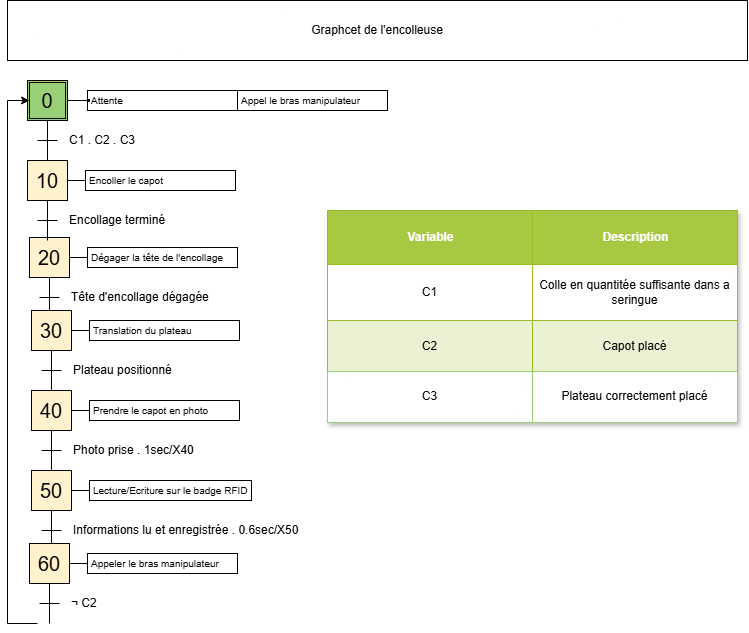
Before: PDCA5 (AUTOMATISATION-ERGONOMIE)/GRAFCET/GrafcetEncolleuse.drawio.png, a diagram exported from draw.io (CharifMah/Systemes_automatises). Source tidied: cells renumbered, new cells last; positions are measured from the earlier drawing's top-left corner, leaving out a move shared by most shapes. The source it was exported from:
```xml
<mxGraphModel>
  <root>
    <mxCell id="0" />
    <mxCell id="1" parent="0" />
    <mxCell id="2" style="group;" parent="1" vertex="1">
      <mxGeometry x="22" y="237" width="210" height="80" as="geometry" />
    </mxCell>
    <mxCell id="3" value="20" style="rounded=0;whiteSpace=wrap;html=1;fontSize=20;align=center;fillColor=#fff2cc;startSize=20;strokeColor=#000000;" parent="2" vertex="1">
      <mxGeometry width="40" height="40" as="geometry" />
    </mxCell>
    <mxCell id="4" style="endArrow=none;html=1;fontSize=12;rounded=0;" parent="2" edge="1">
      <mxGeometry as="geometry">
        <mxPoint x="10" y="60" as="sourcePoint" />
        <mxPoint x="30" y="60" as="targetPoint" />
      </mxGeometry>
    </mxCell>
    <mxCell id="5" value="Tête d'encollage dégagée" style="text;html=1;strokeColor=none;fillColor=none;align=left;verticalAlign=middle;rounded=0;fontSize=12;startSize=20;" parent="2" vertex="1">
      <mxGeometry x="40" y="50" width="40" height="20" as="geometry" />
    </mxCell>
    <mxCell id="6" style="edgeStyle=none;rounded=0;jettySize=auto;html=1;exitX=0.5;exitY=1;exitDx=0;exitDy=0;endArrow=none;endFill=0;fontSize=12;" parent="2" edge="1" source="3">
      <mxGeometry as="geometry">
        <mxPoint x="20" y="80" as="targetPoint" />
      </mxGeometry>
    </mxCell>
    <mxCell id="7" style="edgeStyle=none;rounded=0;jettySize=auto;html=1;exitX=1;exitY=0.5;exitDx=0;exitDy=0;fontSize=12;endArrow=none;endFill=0;entryX=0;entryY=0.5;entryDx=0;entryDy=0;" parent="2" edge="1" source="3">
      <mxGeometry as="geometry">
        <mxPoint x="58" y="20" as="targetPoint" />
      </mxGeometry>
    </mxCell>
    <mxCell id="8" value="Dégager la tête de l'encollage" style="text;html=1;fillColor=none;align=left;verticalAlign=middle;spacingLeft=4;spacingRight=4;whiteSpace=wrap;overflow=hidden;fontSize=10;spacing=0;strokeColor=#000000;" parent="2" vertex="1">
      <mxGeometry x="58" y="10" width="150" height="20" as="geometry" />
    </mxCell>
    <mxCell id="9" style="group;" parent="1" vertex="1">
      <mxGeometry x="20" y="160" width="208" height="80" as="geometry" />
    </mxCell>
    <mxCell id="10" value="10" style="rounded=0;whiteSpace=wrap;html=1;fontSize=20;align=center;fillColor=#fff2cc;startSize=20;strokeColor=#000000;" parent="9" vertex="1">
      <mxGeometry width="40" height="40" as="geometry" />
    </mxCell>
    <mxCell id="11" style="endArrow=none;html=1;fontSize=12;rounded=0;" parent="9" edge="1">
      <mxGeometry x="252" y="310" as="geometry">
        <mxPoint x="10" y="60" as="sourcePoint" />
        <mxPoint x="30" y="60" as="targetPoint" />
      </mxGeometry>
    </mxCell>
    <mxCell id="12" value="Encollage terminé" style="text;html=1;strokeColor=none;fillColor=none;align=left;verticalAlign=middle;rounded=0;fontSize=12;startSize=20;" parent="9" vertex="1">
      <mxGeometry x="40" y="50" width="80" height="20" as="geometry" />
    </mxCell>
    <mxCell id="13" style="edgeStyle=none;rounded=0;jettySize=auto;html=1;exitX=0.5;exitY=1;exitDx=0;exitDy=0;endArrow=none;endFill=0;fontSize=12;" parent="9" edge="1" source="10">
      <mxGeometry x="252" y="310" as="geometry">
        <mxPoint x="20" y="80" as="targetPoint" />
      </mxGeometry>
    </mxCell>
    <mxCell id="14" style="edgeStyle=none;rounded=0;jettySize=auto;html=1;exitX=1;exitY=0.5;exitDx=0;exitDy=0;fontSize=12;endArrow=none;endFill=0;entryX=0;entryY=0.5;entryDx=0;entryDy=0;" parent="9" edge="1" source="10">
      <mxGeometry x="252" y="310" as="geometry">
        <mxPoint x="58" y="20" as="targetPoint" />
      </mxGeometry>
    </mxCell>
    <mxCell id="15" value="Encoller le capot" style="text;html=1;fillColor=none;align=left;verticalAlign=middle;spacingLeft=4;spacingRight=4;whiteSpace=wrap;overflow=hidden;fontSize=10;spacing=0;strokeColor=#000000;" parent="9" vertex="1">
      <mxGeometry x="58" y="10" width="150" height="20" as="geometry" />
    </mxCell>
    <mxCell id="16" style="group;" parent="1" vertex="1">
      <mxGeometry x="70" y="90" width="364" height="80" as="geometry" />
    </mxCell>
    <mxCell id="17" style="group;" parent="16" vertex="1">
      <mxGeometry x="-50" y="-10" width="212" height="80" as="geometry" />
    </mxCell>
    <mxCell id="18" style="rounded=0;whiteSpace=wrap;html=1;fontSize=20;align=center;fillColor=#97D077;" parent="17" vertex="1">
      <mxGeometry width="40" height="40" as="geometry" />
    </mxCell>
    <mxCell id="19" value="0" style="rounded=0;whiteSpace=wrap;html=1;fontSize=20;align=center;gradientColor=#97d077;fillColor=none;imageWidth=20;imageHeight=20;" parent="17" vertex="1">
      <mxGeometry x="2" y="2" width="36" height="36" as="geometry" />
    </mxCell>
    <mxCell id="20" style="endArrow=none;html=1;fontSize=12;rounded=0;" parent="17" edge="1">
      <mxGeometry as="geometry">
        <mxPoint x="10" y="60" as="sourcePoint" />
        <mxPoint x="30" y="60" as="targetPoint" />
      </mxGeometry>
    </mxCell>
    <mxCell id="21" value="C1 . C2 . C3" style="text;html=1;strokeColor=none;fillColor=none;align=left;verticalAlign=middle;rounded=0;fontSize=12;" parent="17" vertex="1">
      <mxGeometry x="40" y="50" width="40" height="20" as="geometry" />
    </mxCell>
    <mxCell id="22" style="edgeStyle=none;rounded=0;jettySize=auto;html=1;exitX=0.5;exitY=1;exitDx=0;exitDy=0;endArrow=none;endFill=0;fontSize=12;" parent="17" edge="1" source="18">
      <mxGeometry as="geometry">
        <mxPoint x="20" y="80" as="targetPoint" />
      </mxGeometry>
    </mxCell>
    <mxCell id="23" style="endArrow=none;html=1;fontSize=12;exitX=1;exitY=0.5;exitDx=0;exitDy=0;entryX=0;entryY=0.5;entryDx=0;entryDy=0;rounded=0;" parent="17" edge="1" source="18" target="25">
      <mxGeometry x="40" y="-70" as="geometry" />
    </mxCell>
    <mxCell id="24" style="group;" parent="17" vertex="1">
      <mxGeometry x="60" y="10" width="152" height="51" as="geometry" />
    </mxCell>
    <mxCell id="25" style="rounded=0;whiteSpace=wrap;html=1;startSize=20;strokeColor=#000000;strokeWidth=1;fillColor=#000000;" parent="24" vertex="1">
      <mxGeometry y="9" width="2" height="2" as="geometry" />
    </mxCell>
    <mxCell id="26" style="group;" parent="24" vertex="1">
      <mxGeometry width="152" height="40" as="geometry" />
    </mxCell>
    <mxCell id="27" style="rounded=0;whiteSpace=wrap;html=1;startSize=20;strokeColor=#000000;strokeWidth=1;fillColor=#000000;" parent="26" vertex="1">
      <mxGeometry y="9" width="2" height="2" as="geometry" />
    </mxCell>
    <mxCell id="28" value="Attente" style="text;html=1;fillColor=none;align=left;verticalAlign=middle;spacingLeft=4;spacingRight=4;whiteSpace=wrap;overflow=hidden;fontSize=10;spacing=0;strokeColor=#000000;" parent="26" vertex="1">
      <mxGeometry width="150" height="20" as="geometry" />
    </mxCell>
    <mxCell id="29" value="Appel le bras manipulateur" style="text;html=1;fillColor=none;align=left;verticalAlign=middle;spacingLeft=4;spacingRight=4;whiteSpace=wrap;overflow=hidden;fontSize=10;spacing=0;strokeColor=#000000;" parent="16" vertex="1">
      <mxGeometry x="160" width="150" height="20" as="geometry" />
    </mxCell>
    <mxCell id="30" value="Assets" style="strokeColor=#98bf21;fillColor=#A7C942;shadow=1;" parent="1" vertex="1">
      <mxGeometry x="320" y="210" width="410" height="212" as="geometry" />
    </mxCell>
    <mxCell id="31" style="shape=tableRow;horizontal=0;startSize=0;swimlaneHead=0;swimlaneBody=0;top=0;left=0;bottom=0;right=0;fontStyle=0;strokeColor=inherit;fillColor=#ffffff;" parent="30" vertex="1">
      <mxGeometry width="410" height="54" as="geometry" />
    </mxCell>
    <mxCell id="32" value="Variable" style="strokeColor=inherit;fillColor=#A7C942;align=center;fontStyle=1;fontColor=#FFFFFF;html=1;" parent="31" vertex="1">
      <mxGeometry width="205" height="54" as="geometry" />
    </mxCell>
    <mxCell id="33" value="Description" style="strokeColor=inherit;fillColor=#A7C942;align=center;fontStyle=1;fontColor=#FFFFFF;html=1;" parent="31" vertex="1">
      <mxGeometry x="205" width="205" height="54" as="geometry" />
    </mxCell>
    <mxCell id="34" style="shape=tableRow;horizontal=0;startSize=0;swimlaneHead=0;swimlaneBody=0;top=0;left=0;bottom=0;right=0;fontStyle=0;strokeColor=inherit;fillColor=#ffffff;" parent="30" vertex="1">
      <mxGeometry y="54" width="410" height="56" as="geometry" />
    </mxCell>
    <mxCell id="35" value="C1" style="strokeColor=inherit;fillColor=inherit;align=center;whiteSpace=wrap;html=1;" parent="34" vertex="1">
      <mxGeometry width="205" height="56" as="geometry" />
    </mxCell>
    <mxCell id="36" value="Colle en quantitée suffisante dans a seringue" style="strokeColor=inherit;fillColor=inherit;align=center;whiteSpace=wrap;html=1;" parent="34" vertex="1">
      <mxGeometry x="205" width="205" height="56" as="geometry" />
    </mxCell>
    <mxCell id="37" style="shape=tableRow;horizontal=0;startSize=0;swimlaneHead=0;swimlaneBody=0;top=0;left=0;bottom=0;right=0;fontStyle=1;strokeColor=inherit;fillColor=#EAF2D3;" parent="30" vertex="1">
      <mxGeometry y="110" width="410" height="51" as="geometry" />
    </mxCell>
    <mxCell id="38" value="C2" style="strokeColor=inherit;fillColor=inherit;whiteSpace=wrap;html=1;" parent="37" vertex="1">
      <mxGeometry width="205" height="51" as="geometry" />
    </mxCell>
    <mxCell id="39" value="Capot placé" style="strokeColor=inherit;fillColor=inherit;whiteSpace=wrap;html=1;" parent="37" vertex="1">
      <mxGeometry x="205" width="205" height="51" as="geometry" />
    </mxCell>
    <mxCell id="40" style="shape=tableRow;horizontal=0;startSize=0;swimlaneHead=0;swimlaneBody=0;top=0;left=0;bottom=0;right=0;fontStyle=1;strokeColor=inherit;fillColor=#EAF2D3;" parent="30" vertex="1">
      <mxGeometry y="161" width="410" height="51" as="geometry" />
    </mxCell>
    <mxCell id="41" value="C3" style="whiteSpace=wrap;html=1;strokeColor=#97D077;" parent="40" vertex="1">
      <mxGeometry width="205" height="51" as="geometry" />
    </mxCell>
    <mxCell id="42" value="Plateau correctement placé" style="whiteSpace=wrap;html=1;strokeColor=#97D077;" parent="40" vertex="1">
      <mxGeometry x="205" width="205" height="51" as="geometry" />
    </mxCell>
    <mxCell id="43" style="edgeStyle=orthogonalEdgeStyle;rounded=0;jettySize=auto;html=1;entryX=0;entryY=0.5;entryDx=0;entryDy=0;" parent="1" edge="1" target="19">
      <mxGeometry relative="1" as="geometry">
        <mxPoint x="30" y="623" as="sourcePoint" />
        <Array as="points">
          <mxPoint y="623" />
          <mxPoint y="100" />
        </Array>
      </mxGeometry>
    </mxCell>
    <mxCell id="44" value="Graphcet de l'encolleuse" style="rounded=0;whiteSpace=wrap;html=1;" parent="1" vertex="1">
      <mxGeometry width="740" height="60" as="geometry" />
    </mxCell>
    <mxCell id="45" style="group;" parent="1" vertex="1">
      <mxGeometry x="24" y="310" width="215" height="313" as="geometry" />
    </mxCell>
    <mxCell id="46" value="30" style="rounded=0;whiteSpace=wrap;html=1;fontSize=20;align=center;fillColor=#fff2cc;startSize=20;strokeColor=#000000;" parent="45" vertex="1">
      <mxGeometry width="40" height="40" as="geometry" />
    </mxCell>
    <mxCell id="47" style="endArrow=none;html=1;fontSize=12;rounded=0;" parent="45" edge="1">
      <mxGeometry as="geometry">
        <mxPoint x="10" y="60" as="sourcePoint" />
        <mxPoint x="30" y="60" as="targetPoint" />
      </mxGeometry>
    </mxCell>
    <mxCell id="48" value="Plateau positionné" style="text;html=1;strokeColor=none;fillColor=none;align=left;verticalAlign=middle;rounded=0;fontSize=12;startSize=20;" parent="45" vertex="1">
      <mxGeometry x="40" y="50" width="40" height="20" as="geometry" />
    </mxCell>
    <mxCell id="49" style="edgeStyle=none;rounded=0;jettySize=auto;html=1;exitX=0.5;exitY=1;exitDx=0;exitDy=0;endArrow=none;endFill=0;fontSize=12;" parent="45" edge="1" source="46">
      <mxGeometry as="geometry">
        <mxPoint x="20" y="80" as="targetPoint" />
      </mxGeometry>
    </mxCell>
    <mxCell id="50" style="edgeStyle=none;rounded=0;jettySize=auto;html=1;exitX=1;exitY=0.5;exitDx=0;exitDy=0;fontSize=12;endArrow=none;endFill=0;entryX=0;entryY=0.5;entryDx=0;entryDy=0;" parent="45" edge="1" source="46">
      <mxGeometry as="geometry">
        <mxPoint x="58" y="20" as="targetPoint" />
      </mxGeometry>
    </mxCell>
    <mxCell id="51" value="Translation du plateau" style="text;html=1;fillColor=none;align=left;verticalAlign=middle;spacingLeft=4;spacingRight=4;whiteSpace=wrap;overflow=hidden;fontSize=10;spacing=0;strokeColor=#000000;" parent="45" vertex="1">
      <mxGeometry x="58" y="10" width="150" height="20" as="geometry" />
    </mxCell>
    <mxCell id="52" style="group;" parent="45" vertex="1">
      <mxGeometry y="80" width="220" height="233" as="geometry" />
    </mxCell>
    <mxCell id="53" value="40" style="rounded=0;whiteSpace=wrap;html=1;fontSize=20;align=center;fillColor=#fff2cc;startSize=20;strokeColor=#000000;" parent="52" vertex="1">
      <mxGeometry width="40" height="40" as="geometry" />
    </mxCell>
    <mxCell id="54" style="endArrow=none;html=1;fontSize=12;rounded=0;" parent="52" edge="1">
      <mxGeometry as="geometry">
        <mxPoint x="10" y="60" as="sourcePoint" />
        <mxPoint x="30" y="60" as="targetPoint" />
      </mxGeometry>
    </mxCell>
    <mxCell id="55" value="Photo prise .&lt;span style=&quot;background-color: transparent; color: light-dark(rgb(0, 0, 0), rgb(255, 255, 255));&quot;&gt;&amp;nbsp;1sec/X40&lt;/span&gt;" style="text;html=1;strokeColor=none;fillColor=none;align=left;verticalAlign=middle;rounded=0;fontSize=12;startSize=20;" parent="52" vertex="1">
      <mxGeometry x="40" y="50" width="40" height="20" as="geometry" />
    </mxCell>
    <mxCell id="56" style="edgeStyle=none;rounded=0;jettySize=auto;html=1;exitX=0.5;exitY=1;exitDx=0;exitDy=0;endArrow=none;endFill=0;fontSize=12;" parent="52" edge="1" source="53">
      <mxGeometry as="geometry">
        <mxPoint x="20" y="80" as="targetPoint" />
      </mxGeometry>
    </mxCell>
    <mxCell id="57" style="edgeStyle=none;rounded=0;jettySize=auto;html=1;exitX=1;exitY=0.5;exitDx=0;exitDy=0;fontSize=12;endArrow=none;endFill=0;entryX=0;entryY=0.5;entryDx=0;entryDy=0;" parent="52" edge="1" source="53">
      <mxGeometry as="geometry">
        <mxPoint x="58" y="20" as="targetPoint" />
      </mxGeometry>
    </mxCell>
    <mxCell id="58" value="Prendre le capot en photo" style="text;html=1;fillColor=none;align=left;verticalAlign=middle;spacingLeft=4;spacingRight=4;whiteSpace=wrap;overflow=hidden;fontSize=10;spacing=0;strokeColor=#000000;" parent="52" vertex="1">
      <mxGeometry x="58" y="10" width="150" height="20" as="geometry" />
    </mxCell>
    <mxCell id="59" style="group;" parent="52" vertex="1">
      <mxGeometry y="80" width="220" height="153" as="geometry" />
    </mxCell>
    <mxCell id="60" value="50" style="rounded=0;whiteSpace=wrap;html=1;fontSize=20;align=center;fillColor=#fff2cc;startSize=20;strokeColor=#000000;" parent="59" vertex="1">
      <mxGeometry width="40" height="40" as="geometry" />
    </mxCell>
    <mxCell id="61" style="endArrow=none;html=1;fontSize=12;rounded=0;" parent="59" edge="1">
      <mxGeometry as="geometry">
        <mxPoint x="10" y="60" as="sourcePoint" />
        <mxPoint x="30" y="60" as="targetPoint" />
      </mxGeometry>
    </mxCell>
    <mxCell id="62" value="Informations lu et enregistrée . 0.6sec/X50" style="text;html=1;strokeColor=none;fillColor=none;align=left;verticalAlign=middle;rounded=0;fontSize=12;startSize=20;" parent="59" vertex="1">
      <mxGeometry x="40" y="50" width="40" height="20" as="geometry" />
    </mxCell>
    <mxCell id="63" style="edgeStyle=orthogonalEdgeStyle;rounded=0;jettySize=auto;html=1;exitX=0.5;exitY=1;exitDx=0;exitDy=0;endArrow=none;endFill=0;fontSize=12;curved=1;" parent="59" edge="1" source="60">
      <mxGeometry as="geometry">
        <mxPoint x="20" y="80" as="targetPoint" />
      </mxGeometry>
    </mxCell>
    <mxCell id="64" style="edgeStyle=none;rounded=0;jettySize=auto;html=1;exitX=1;exitY=0.5;exitDx=0;exitDy=0;fontSize=12;endArrow=none;endFill=0;entryX=0;entryY=0.5;entryDx=0;entryDy=0;" parent="59" edge="1" source="60">
      <mxGeometry as="geometry">
        <mxPoint x="58" y="20" as="targetPoint" />
      </mxGeometry>
    </mxCell>
    <mxCell id="65" value="Lecture/Ecriture sur le badge RFID" style="text;html=1;fillColor=none;align=left;verticalAlign=middle;spacingLeft=4;spacingRight=4;whiteSpace=wrap;overflow=hidden;fontSize=10;spacing=0;strokeColor=#000000;" parent="59" vertex="1">
      <mxGeometry x="58" y="10" width="162" height="20" as="geometry" />
    </mxCell>
    <mxCell id="66" style="group;" parent="59" vertex="1">
      <mxGeometry x="-2" y="73" width="210" height="80" as="geometry" />
    </mxCell>
    <mxCell id="67" value="60" style="rounded=0;whiteSpace=wrap;html=1;fontSize=20;align=center;fillColor=#fff2cc;startSize=20;strokeColor=#000000;" parent="66" vertex="1">
      <mxGeometry width="40" height="40" as="geometry" />
    </mxCell>
    <mxCell id="68" style="endArrow=none;html=1;fontSize=12;rounded=0;" parent="66" edge="1">
      <mxGeometry as="geometry">
        <mxPoint x="10" y="60" as="sourcePoint" />
        <mxPoint x="30" y="60" as="targetPoint" />
      </mxGeometry>
    </mxCell>
    <mxCell id="69" value=" ¬ C2" style="text;html=1;strokeColor=none;fillColor=none;align=left;verticalAlign=middle;rounded=0;fontSize=12;startSize=20;" parent="66" vertex="1">
      <mxGeometry x="40" y="50" width="40" height="20" as="geometry" />
    </mxCell>
    <mxCell id="70" style="edgeStyle=orthogonalEdgeStyle;rounded=0;jettySize=auto;html=1;exitX=0.5;exitY=1;exitDx=0;exitDy=0;endArrow=none;endFill=0;fontSize=12;curved=1;" parent="66" edge="1" source="67">
      <mxGeometry as="geometry">
        <mxPoint x="20" y="80" as="targetPoint" />
      </mxGeometry>
    </mxCell>
    <mxCell id="71" style="edgeStyle=none;rounded=0;jettySize=auto;html=1;exitX=1;exitY=0.5;exitDx=0;exitDy=0;fontSize=12;endArrow=none;endFill=0;entryX=0;entryY=0.5;entryDx=0;entryDy=0;" parent="66" edge="1" source="67">
      <mxGeometry as="geometry">
        <mxPoint x="58" y="20" as="targetPoint" />
      </mxGeometry>
    </mxCell>
    <mxCell id="72" value="Appeler le bras manipulateur" style="text;html=1;fillColor=none;align=left;verticalAlign=middle;spacingLeft=4;spacingRight=4;whiteSpace=wrap;overflow=hidden;fontSize=10;spacing=0;strokeColor=#000000;" parent="66" vertex="1">
      <mxGeometry x="58" y="10" width="150" height="20" as="geometry" />
    </mxCell>
  </root>
</mxGraphModel>
```
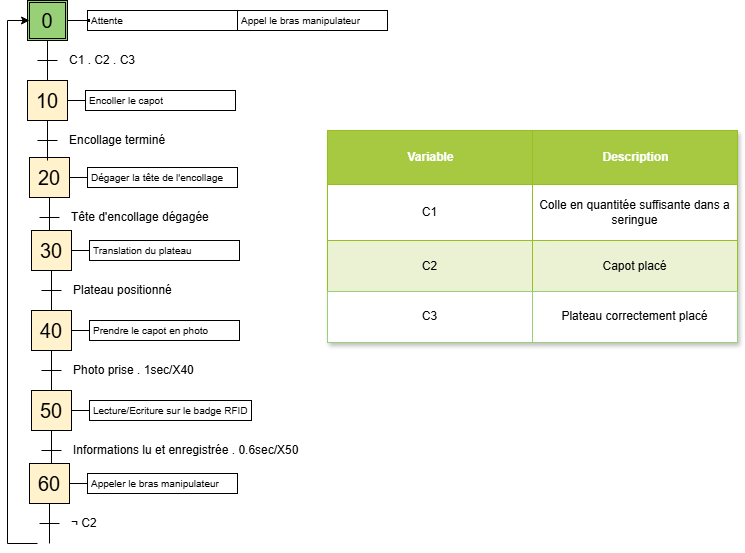
Later version of the same file.

Change to the diagram source:
```diff
@@ -153,9 +153,6 @@
         </Array>
       </mxGeometry>
     </mxCell>
-    <mxCell id="44" value="Graphcet de l'encolleuse" style="rounded=0;whiteSpace=wrap;html=1;" parent="1" vertex="1">
-      <mxGeometry width="740" height="60" as="geometry" />
-    </mxCell>
     <mxCell id="45" style="group;" parent="1" vertex="1">
       <mxGeometry x="24" y="310" width="215" height="313" as="geometry" />
     </mxCell>
```
